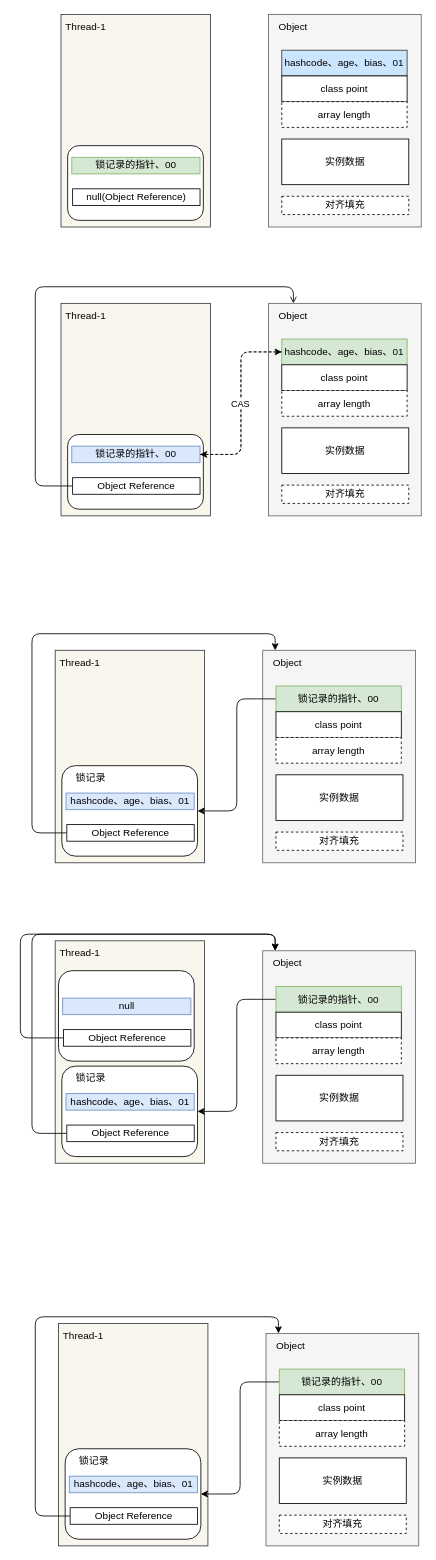
LittleY98/Draw_Repository keeps this draw.io diagram as page "栈帧锁对象" (10 of 13) of JUC.drawio. Above is the earlier version. Source tidied: cells renumbered, new cells numbered last; positions are measured from the earlier drawing's top-left corner, leaving out a move shared by most shapes. Both pictures are drawn from the tidied source at 83%, with x=0, y=0 at pixel (20, 14).
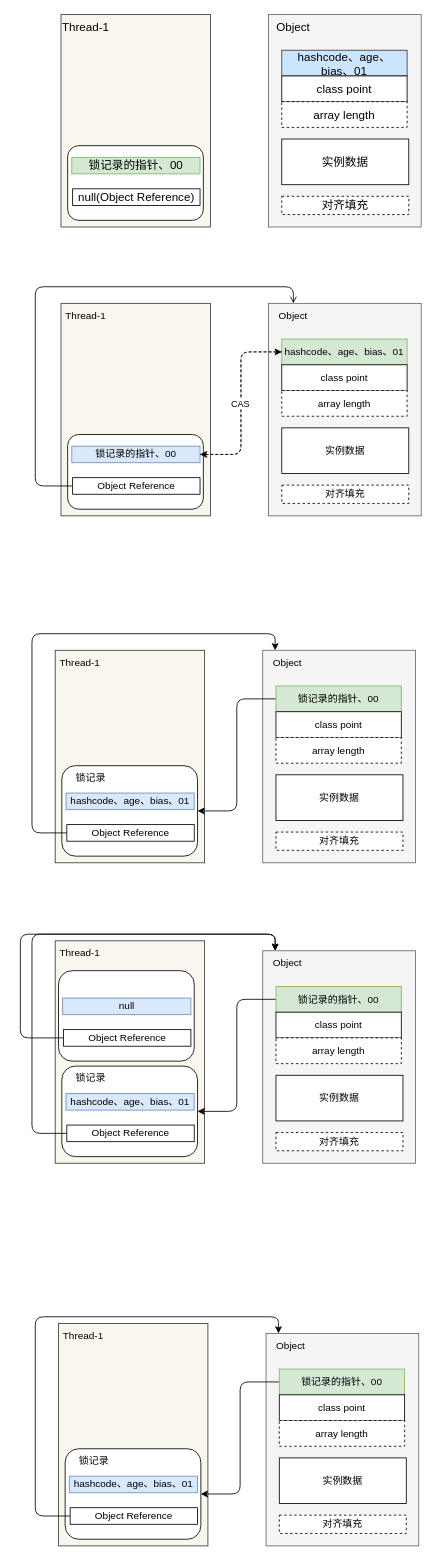
After the change.

The edit, as a diff of the source:
```diff
@@
-    <mxCell id="2" style="rounded=0;whiteSpace=wrap;html=1;fillColor=#f5f5f5;fontColor=#333333;strokeColor=#666666;" parent="1" vertex="1">
+    <mxCell id="2" style="rounded=0;whiteSpace=wrap;html=1;fillColor=#f5f5f5;fontColor=#333333;strokeColor=#666666;fontSize=14;" parent="1" vertex="1">
       <mxGeometry x="299" width="184" height="256" as="geometry" />
     </mxCell>
-    <mxCell id="3" style="rounded=0;whiteSpace=wrap;html=1;fillColor=#f9f7ed;strokeColor=#36393d;" parent="1" vertex="1">
+    <mxCell id="3" style="rounded=0;whiteSpace=wrap;html=1;fillColor=#f9f7ed;strokeColor=#36393d;fontSize=14;" parent="1" vertex="1">
       <mxGeometry x="49" width="180" height="256" as="geometry" />
     </mxCell>
-    <mxCell id="4" value="hashcode、age、bias、01" style="rounded=0;whiteSpace=wrap;html=1;fillColor=#cce5ff;strokeColor=#36393d;" parent="1" vertex="1">
+    <mxCell id="4" value="hashcode、age、bias、01" style="rounded=0;whiteSpace=wrap;html=1;fillColor=#cce5ff;strokeColor=#36393d;fontSize=14;" parent="1" vertex="1">
       <mxGeometry x="315" y="43" width="151" height="31" as="geometry" />
     </mxCell>
-    <mxCell id="5" value="class point" style="rounded=0;whiteSpace=wrap;html=1;" parent="1" vertex="1">
+    <mxCell id="5" value="class point" style="rounded=0;whiteSpace=wrap;html=1;fontSize=14;" parent="1" vertex="1">
       <mxGeometry x="315" y="74" width="151" height="31" as="geometry" />
     </mxCell>
-    <mxCell id="6" value="array length" style="rounded=0;whiteSpace=wrap;html=1;dashed=1;" parent="1" vertex="1">
+    <mxCell id="6" value="array length" style="rounded=0;whiteSpace=wrap;html=1;dashed=1;fontSize=14;" parent="1" vertex="1">
       <mxGeometry x="315" y="105" width="151" height="31" as="geometry" />
     </mxCell>
-    <mxCell id="7" value="实例数据" style="rounded=0;whiteSpace=wrap;html=1;" parent="1" vertex="1">
+    <mxCell id="7" value="实例数据" style="rounded=0;whiteSpace=wrap;html=1;fontSize=14;" parent="1" vertex="1">
       <mxGeometry x="315" y="150" width="153" height="55" as="geometry" />
     </mxCell>
-    <mxCell id="8" value="对齐填充" style="rounded=0;whiteSpace=wrap;html=1;dashed=1;" parent="1" vertex="1">
+    <mxCell id="8" value="对齐填充" style="rounded=0;whiteSpace=wrap;html=1;dashed=1;fontSize=14;" parent="1" vertex="1">
       <mxGeometry x="315" y="219" width="153" height="22" as="geometry" />
     </mxCell>
-    <mxCell id="9" value="Object" style="text;html=1;align=center;verticalAlign=middle;whiteSpace=wrap;rounded=0;" parent="1" vertex="1">
+    <mxCell id="9" value="Object" style="text;html=1;align=center;verticalAlign=middle;whiteSpace=wrap;rounded=0;fontSize=14;" parent="1" vertex="1">
       <mxGeometry x="299" width="60" height="30" as="geometry" />
     </mxCell>
-    <mxCell id="10" value="Thread-1" style="text;html=1;align=center;verticalAlign=middle;whiteSpace=wrap;rounded=0;" parent="1" vertex="1">
+    <mxCell id="10" value="Thread-1" style="text;html=1;align=center;verticalAlign=middle;whiteSpace=wrap;rounded=0;fontSize=14;" parent="1" vertex="1">
       <mxGeometry x="49" width="60" height="30" as="geometry" />
     </mxCell>
-    <mxCell id="11" style="rounded=1;whiteSpace=wrap;html=1;" parent="1" vertex="1">
+    <mxCell id="11" style="rounded=1;whiteSpace=wrap;html=1;fontSize=14;" parent="1" vertex="1">
       <mxGeometry x="57" y="158" width="163.5" height="90" as="geometry" />
     </mxCell>
-    <mxCell id="12" value="锁记录的指针、00" style="rounded=0;whiteSpace=wrap;html=1;fillColor=#d5e8d4;strokeColor=#82b366;" parent="1" vertex="1">
+    <mxCell id="12" value="锁记录的指针、00" style="rounded=0;whiteSpace=wrap;html=1;fillColor=#d5e8d4;strokeColor=#82b366;fontSize=14;" parent="1" vertex="1">
       <mxGeometry x="62" y="172" width="154.5" height="20" as="geometry" />
     </mxCell>
-    <mxCell id="13" value="null(Object Reference)" style="rounded=0;whiteSpace=wrap;html=1;" parent="1" vertex="1">
+    <mxCell id="13" value="null(Object Reference)" style="rounded=0;whiteSpace=wrap;html=1;fontSize=14;" parent="1" vertex="1">
       <mxGeometry x="63" y="210" width="153.5" height="20" as="geometry" />
     </mxCell>
```
